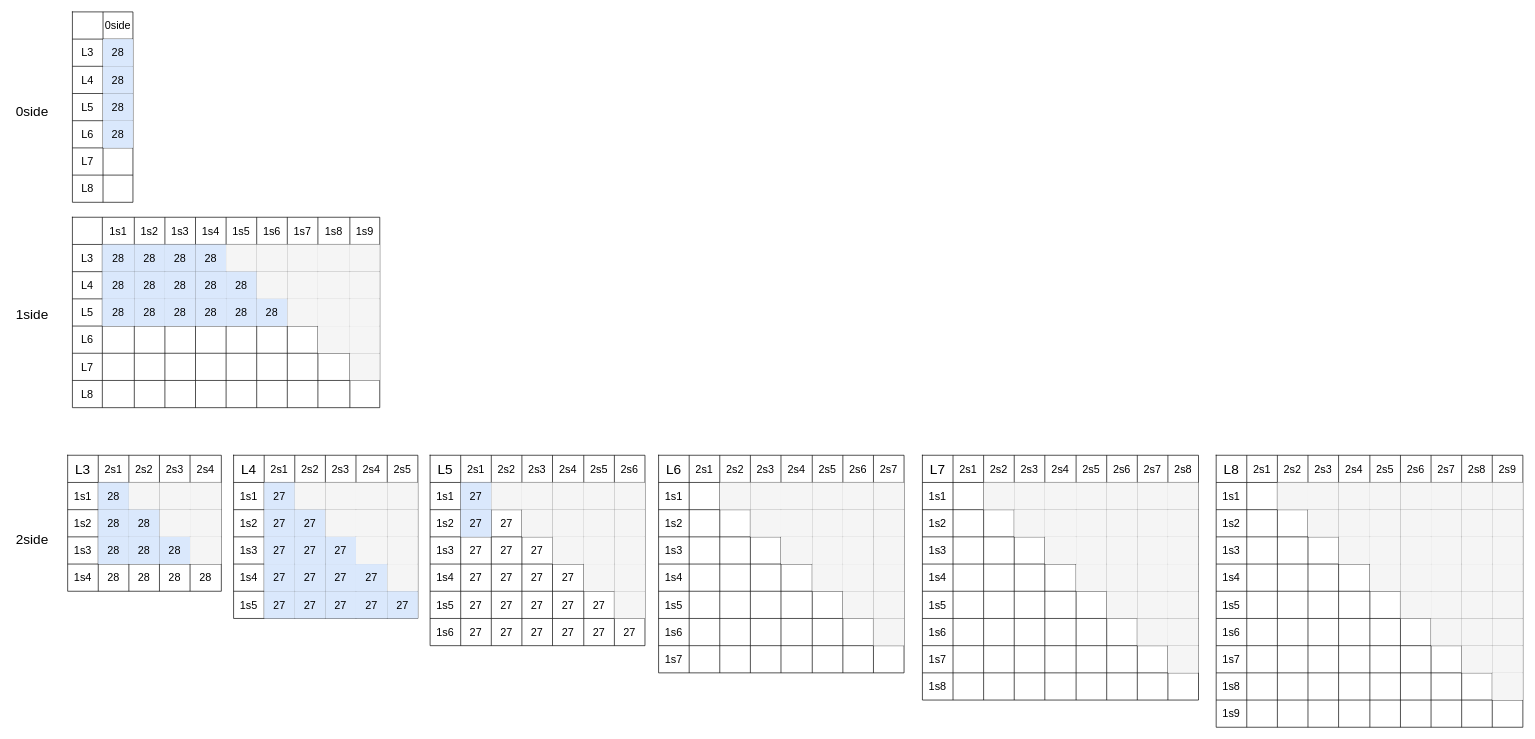
KongBOy/kong_model2 keeps this draw.io diagram as page "012side" (1 of 7) of Drawio/doc3d/觀察 I_to_M Pyramid Exps7_v3_tight_crop_size256_pad60_jit15.drawio. Above is the earlier version. Source tidied: cells renumbered, new cells numbered last; positions are measured from the earlier drawing's top-left corner, leaving out a move shared by most shapes. Both pictures are drawn from the tidied source at 68%, with x=0, y=0 at pixel (12, 12).
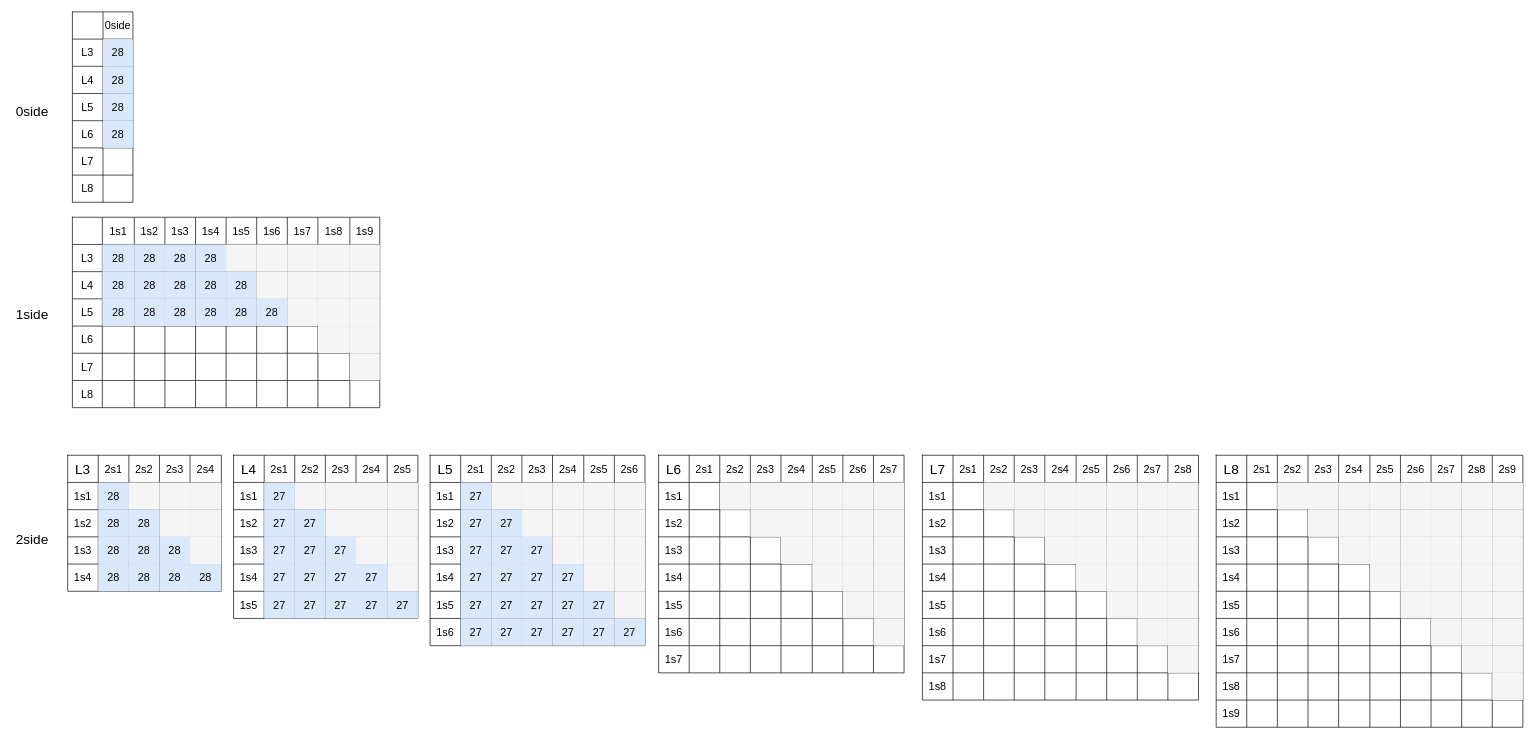
The same page after the edit.

Unchanged cells that the change refers to:
```xml
<mxCell id="397" style="shape=tableRow;horizontal=0;startSize=0;swimlaneHead=0;swimlaneBody=0;top=0;left=0;bottom=0;right=0;fillColor=none;" parent="380" vertex="1">
  <mxGeometry y="80" width="316" height="40" as="geometry" />
</mxCell>
<mxCell id="405" style="shape=tableRow;horizontal=0;startSize=0;swimlaneHead=0;swimlaneBody=0;top=0;left=0;bottom=0;right=0;fillColor=none;" parent="380" vertex="1">
  <mxGeometry y="120" width="316" height="40" as="geometry" />
</mxCell>
<mxCell id="413" style="shape=tableRow;horizontal=0;startSize=0;swimlaneHead=0;swimlaneBody=0;top=0;left=0;bottom=0;right=0;fillColor=none;" parent="380" vertex="1">
  <mxGeometry y="160" width="316" height="40" as="geometry" />
</mxCell>
<mxCell id="421" style="shape=tableRow;horizontal=0;startSize=0;swimlaneHead=0;swimlaneBody=0;top=0;left=0;bottom=0;right=0;fillColor=none;" parent="380" vertex="1">
  <mxGeometry y="200" width="316" height="40" as="geometry" />
</mxCell>
<mxCell id="429" style="shape=tableRow;horizontal=0;startSize=0;swimlaneHead=0;swimlaneBody=0;top=0;left=0;bottom=0;right=0;fillColor=none;" parent="380" vertex="1">
  <mxGeometry y="240" width="316" height="40" as="geometry" />
</mxCell>
<mxCell id="505" style="shape=tableRow;horizontal=0;startSize=0;swimlaneHead=0;swimlaneBody=0;top=0;left=0;bottom=0;right=0;fillColor=none;" parent="480" vertex="1">
  <mxGeometry y="160" width="226" height="40" as="geometry" />
</mxCell>
```

The edit, as a diff of the source:
```diff
@@
-    <mxCell id="400" value="27" style="shape=partialRectangle;html=1;whiteSpace=wrap;overflow=hidden;fillColor=none;top=0;left=0;bottom=0;right=0;fontSize=16;" parent="397" vertex="1">
+    <mxCell id="400" value="27" style="shape=partialRectangle;html=1;whiteSpace=wrap;overflow=hidden;fillColor=#dae8fc;top=0;left=0;bottom=0;right=0;fontSize=16;strokeColor=#6c8ebf;" parent="397" vertex="1">
       <mxGeometry x="90" width="45" height="40" as="geometry" />
     </mxCell>
@@
-    <mxCell id="407" value="27" style="shape=partialRectangle;html=1;whiteSpace=wrap;overflow=hidden;fillColor=none;top=0;left=0;bottom=0;right=0;fontSize=16;" parent="405" vertex="1">
+    <mxCell id="407" value="27" style="shape=partialRectangle;html=1;whiteSpace=wrap;overflow=hidden;fillColor=#dae8fc;top=0;left=0;bottom=0;right=0;fontSize=16;strokeColor=#6c8ebf;" parent="405" vertex="1">
       <mxGeometry x="45" width="45" height="40" as="geometry" />
     </mxCell>
-    <mxCell id="408" value="27" style="shape=partialRectangle;html=1;whiteSpace=wrap;overflow=hidden;fillColor=none;top=0;left=0;bottom=0;right=0;fontSize=16;" parent="405" vertex="1">
+    <mxCell id="408" value="27" style="shape=partialRectangle;html=1;whiteSpace=wrap;overflow=hidden;fillColor=#dae8fc;top=0;left=0;bottom=0;right=0;fontSize=16;strokeColor=#6c8ebf;" parent="405" vertex="1">
       <mxGeometry x="90" width="45" height="40" as="geometry" />
     </mxCell>
-    <mxCell id="409" value="27" style="shape=partialRectangle;html=1;whiteSpace=wrap;overflow=hidden;fillColor=none;top=0;left=0;bottom=0;right=0;fontSize=16;" parent="405" vertex="1">
+    <mxCell id="409" value="27" style="shape=partialRectangle;html=1;whiteSpace=wrap;overflow=hidden;fillColor=#dae8fc;top=0;left=0;bottom=0;right=0;fontSize=16;strokeColor=#6c8ebf;" parent="405" vertex="1">
       <mxGeometry x="135" width="45" height="40" as="geometry" />
     </mxCell>
@@
-    <mxCell id="415" value="27" style="shape=partialRectangle;html=1;whiteSpace=wrap;overflow=hidden;fillColor=none;top=0;left=0;bottom=0;right=0;fontSize=16;" parent="413" vertex="1">
+    <mxCell id="415" value="27" style="shape=partialRectangle;html=1;whiteSpace=wrap;overflow=hidden;fillColor=#dae8fc;top=0;left=0;bottom=0;right=0;fontSize=16;strokeColor=#6c8ebf;" parent="413" vertex="1">
       <mxGeometry x="45" width="45" height="40" as="geometry" />
     </mxCell>
-    <mxCell id="416" value="27" style="shape=partialRectangle;html=1;whiteSpace=wrap;overflow=hidden;fillColor=none;top=0;left=0;bottom=0;right=0;fontSize=16;" parent="413" vertex="1">
+    <mxCell id="416" value="27" style="shape=partialRectangle;html=1;whiteSpace=wrap;overflow=hidden;fillColor=#dae8fc;top=0;left=0;bottom=0;right=0;fontSize=16;strokeColor=#6c8ebf;" parent="413" vertex="1">
       <mxGeometry x="90" width="45" height="40" as="geometry" />
     </mxCell>
-    <mxCell id="417" value="27" style="shape=partialRectangle;html=1;whiteSpace=wrap;overflow=hidden;fillColor=none;top=0;left=0;bottom=0;right=0;fontSize=16;" parent="413" vertex="1">
+    <mxCell id="417" value="27" style="shape=partialRectangle;html=1;whiteSpace=wrap;overflow=hidden;fillColor=#dae8fc;top=0;left=0;bottom=0;right=0;fontSize=16;strokeColor=#6c8ebf;" parent="413" vertex="1">
       <mxGeometry x="135" width="45" height="40" as="geometry" />
     </mxCell>
-    <mxCell id="418" value="27" style="shape=partialRectangle;html=1;whiteSpace=wrap;overflow=hidden;fillColor=none;top=0;left=0;bottom=0;right=0;fontSize=16;" parent="413" vertex="1">
+    <mxCell id="418" value="27" style="shape=partialRectangle;html=1;whiteSpace=wrap;overflow=hidden;fillColor=#dae8fc;top=0;left=0;bottom=0;right=0;fontSize=16;strokeColor=#6c8ebf;" parent="413" vertex="1">
       <mxGeometry x="180" width="46" height="40" as="geometry" />
     </mxCell>
@@
-    <mxCell id="423" value="27" style="shape=partialRectangle;html=1;whiteSpace=wrap;overflow=hidden;fillColor=none;top=0;left=0;bottom=0;right=0;fontSize=16;" parent="421" vertex="1">
+    <mxCell id="423" value="27" style="shape=partialRectangle;html=1;whiteSpace=wrap;overflow=hidden;fillColor=#dae8fc;top=0;left=0;bottom=0;right=0;fontSize=16;strokeColor=#6c8ebf;" parent="421" vertex="1">
       <mxGeometry x="45" width="45" height="40" as="geometry" />
     </mxCell>
-    <mxCell id="424" value="27" style="shape=partialRectangle;html=1;whiteSpace=wrap;overflow=hidden;fillColor=none;top=0;left=0;bottom=0;right=0;fontSize=16;" parent="421" vertex="1">
+    <mxCell id="424" value="27" style="shape=partialRectangle;html=1;whiteSpace=wrap;overflow=hidden;fillColor=#dae8fc;top=0;left=0;bottom=0;right=0;fontSize=16;strokeColor=#6c8ebf;" parent="421" vertex="1">
       <mxGeometry x="90" width="45" height="40" as="geometry" />
     </mxCell>
-    <mxCell id="425" value="27" style="shape=partialRectangle;html=1;whiteSpace=wrap;overflow=hidden;fillColor=none;top=0;left=0;bottom=0;right=0;fontSize=16;" parent="421" vertex="1">
+    <mxCell id="425" value="27" style="shape=partialRectangle;html=1;whiteSpace=wrap;overflow=hidden;fillColor=#dae8fc;top=0;left=0;bottom=0;right=0;fontSize=16;strokeColor=#6c8ebf;" parent="421" vertex="1">
       <mxGeometry x="135" width="45" height="40" as="geometry" />
     </mxCell>
-    <mxCell id="426" value="27" style="shape=partialRectangle;html=1;whiteSpace=wrap;overflow=hidden;fillColor=none;top=0;left=0;bottom=0;right=0;fontSize=16;" parent="421" vertex="1">
+    <mxCell id="426" value="27" style="shape=partialRectangle;html=1;whiteSpace=wrap;overflow=hidden;fillColor=#dae8fc;top=0;left=0;bottom=0;right=0;fontSize=16;strokeColor=#6c8ebf;" parent="421" vertex="1">
       <mxGeometry x="180" width="46" height="40" as="geometry" />
     </mxCell>
-    <mxCell id="427" value="27" style="shape=partialRectangle;html=1;whiteSpace=wrap;overflow=hidden;fillColor=none;top=0;left=0;bottom=0;right=0;fontSize=16;" parent="421" vertex="1">
+    <mxCell id="427" value="27" style="shape=partialRectangle;html=1;whiteSpace=wrap;overflow=hidden;fillColor=#dae8fc;top=0;left=0;bottom=0;right=0;fontSize=16;strokeColor=#6c8ebf;" parent="421" vertex="1">
       <mxGeometry x="226" width="45" height="40" as="geometry" />
     </mxCell>
@@
-    <mxCell id="431" value="27" style="shape=partialRectangle;html=1;whiteSpace=wrap;overflow=hidden;fillColor=none;top=0;left=0;bottom=0;right=0;fontSize=16;" parent="429" vertex="1">
+    <mxCell id="431" value="27" style="shape=partialRectangle;html=1;whiteSpace=wrap;overflow=hidden;fillColor=#dae8fc;top=0;left=0;bottom=0;right=0;fontSize=16;strokeColor=#6c8ebf;" parent="429" vertex="1">
       <mxGeometry x="45" width="45" height="40" as="geometry" />
     </mxCell>
-    <mxCell id="432" value="27" style="shape=partialRectangle;html=1;whiteSpace=wrap;overflow=hidden;fillColor=none;top=0;left=0;bottom=0;right=0;fontSize=16;" parent="429" vertex="1">
+    <mxCell id="432" value="27" style="shape=partialRectangle;html=1;whiteSpace=wrap;overflow=hidden;fillColor=#dae8fc;top=0;left=0;bottom=0;right=0;fontSize=16;strokeColor=#6c8ebf;" parent="429" vertex="1">
       <mxGeometry x="90" width="45" height="40" as="geometry" />
     </mxCell>
-    <mxCell id="433" value="27" style="shape=partialRectangle;html=1;whiteSpace=wrap;overflow=hidden;fillColor=none;top=0;left=0;bottom=0;right=0;fontSize=16;" parent="429" vertex="1">
+    <mxCell id="433" value="27" style="shape=partialRectangle;html=1;whiteSpace=wrap;overflow=hidden;fillColor=#dae8fc;top=0;left=0;bottom=0;right=0;fontSize=16;strokeColor=#6c8ebf;" parent="429" vertex="1">
       <mxGeometry x="135" width="45" height="40" as="geometry" />
     </mxCell>
-    <mxCell id="434" value="27" style="shape=partialRectangle;html=1;whiteSpace=wrap;overflow=hidden;fillColor=none;top=0;left=0;bottom=0;right=0;fontSize=16;" parent="429" vertex="1">
+    <mxCell id="434" value="27" style="shape=partialRectangle;html=1;whiteSpace=wrap;overflow=hidden;fillColor=#dae8fc;top=0;left=0;bottom=0;right=0;fontSize=16;strokeColor=#6c8ebf;" parent="429" vertex="1">
       <mxGeometry x="180" width="46" height="40" as="geometry" />
     </mxCell>
-    <mxCell id="435" value="27" style="shape=partialRectangle;html=1;whiteSpace=wrap;overflow=hidden;fillColor=none;top=0;left=0;bottom=0;right=0;fontSize=16;" parent="429" vertex="1">
+    <mxCell id="435" value="27" style="shape=partialRectangle;html=1;whiteSpace=wrap;overflow=hidden;fillColor=#dae8fc;top=0;left=0;bottom=0;right=0;fontSize=16;strokeColor=#6c8ebf;" parent="429" vertex="1">
       <mxGeometry x="226" width="45" height="40" as="geometry" />
     </mxCell>
-    <mxCell id="436" value="27" style="shape=partialRectangle;html=1;whiteSpace=wrap;overflow=hidden;fillColor=none;top=0;left=0;bottom=0;right=0;fontSize=16;" parent="429" vertex="1">
+    <mxCell id="436" value="27" style="shape=partialRectangle;html=1;whiteSpace=wrap;overflow=hidden;fillColor=#dae8fc;top=0;left=0;bottom=0;right=0;fontSize=16;strokeColor=#6c8ebf;" parent="429" vertex="1">
       <mxGeometry x="271" width="45" height="40" as="geometry" />
     </mxCell>
@@
-    <mxCell id="507" value="&lt;span&gt;28&lt;/span&gt;" style="shape=partialRectangle;html=1;whiteSpace=wrap;overflow=hidden;fillColor=none;top=0;left=0;bottom=0;right=0;fontSize=16;" parent="505" vertex="1">
+    <mxCell id="507" value="&lt;span&gt;28&lt;/span&gt;" style="shape=partialRectangle;html=1;whiteSpace=wrap;overflow=hidden;fillColor=#dae8fc;top=0;left=0;bottom=0;right=0;fontSize=16;strokeColor=#6c8ebf;" parent="505" vertex="1">
       <mxGeometry x="45" width="45" height="40" as="geometry" />
     </mxCell>
-    <mxCell id="508" value="&lt;span&gt;28&lt;/span&gt;" style="shape=partialRectangle;html=1;whiteSpace=wrap;overflow=hidden;fillColor=none;top=0;left=0;bottom=0;right=0;fontSize=16;" parent="505" vertex="1">
+    <mxCell id="508" value="&lt;span&gt;28&lt;/span&gt;" style="shape=partialRectangle;html=1;whiteSpace=wrap;overflow=hidden;fillColor=#dae8fc;top=0;left=0;bottom=0;right=0;fontSize=16;strokeColor=#6c8ebf;" parent="505" vertex="1">
       <mxGeometry x="90" width="45" height="40" as="geometry" />
     </mxCell>
-    <mxCell id="509" value="&lt;span&gt;28&lt;/span&gt;" style="shape=partialRectangle;html=1;whiteSpace=wrap;overflow=hidden;fillColor=none;top=0;left=0;bottom=0;right=0;fontSize=16;" parent="505" vertex="1">
+    <mxCell id="509" value="&lt;span&gt;28&lt;/span&gt;" style="shape=partialRectangle;html=1;whiteSpace=wrap;overflow=hidden;fillColor=#dae8fc;top=0;left=0;bottom=0;right=0;fontSize=16;strokeColor=#6c8ebf;" parent="505" vertex="1">
       <mxGeometry x="135" width="45" height="40" as="geometry" />
     </mxCell>
-    <mxCell id="510" value="&lt;span&gt;28&lt;/span&gt;" style="shape=partialRectangle;html=1;whiteSpace=wrap;overflow=hidden;fillColor=none;top=0;left=0;bottom=0;right=0;fontSize=16;" parent="505" vertex="1">
+    <mxCell id="510" value="&lt;span&gt;28&lt;/span&gt;" style="shape=partialRectangle;html=1;whiteSpace=wrap;overflow=hidden;fillColor=#dae8fc;top=0;left=0;bottom=0;right=0;fontSize=16;strokeColor=#6c8ebf;" parent="505" vertex="1">
       <mxGeometry x="180" width="46" height="40" as="geometry" />
     </mxCell>
```
